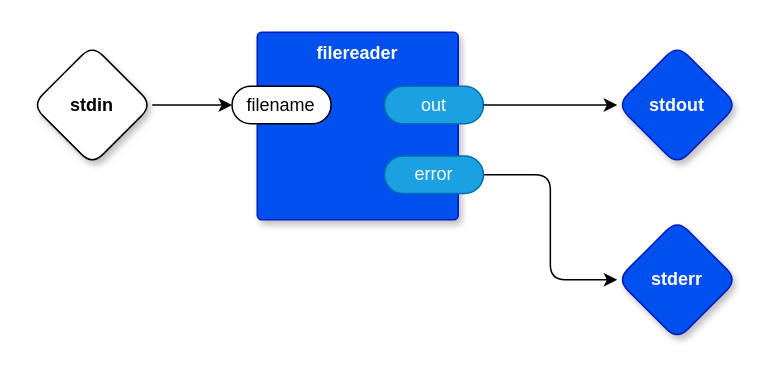
The draw.io diagram Obsidian2ghp.drawio in guitarvydas/github-pages, before the edit. Source tidied: cells renumbered, new cells numbered last; positions are measured from the earlier drawing's top-left corner, leaving out a move shared by most shapes. Both pictures are drawn from the tidied source at 150%, with x=0, y=0 at pixel (32, 32).
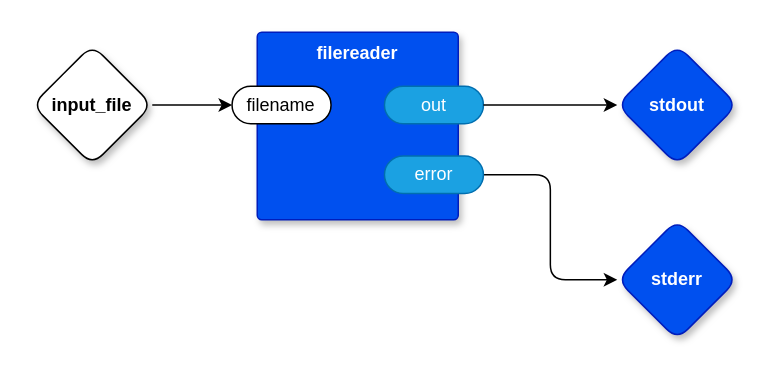
The same page after the edit.

Commit message (it also covers changes not shown here):
rename stdin to input_file

Diff of the diagram source:
```diff
@@
 <mxGraphModel>
   <root>
     <mxCell id="0" />
     <mxCell id="1" parent="0" />
     <mxCell id="2" style="edgeStyle=orthogonalEdgeStyle;rounded=1;jettySize=auto;html=1;entryX=0;entryY=0.5;entryDx=0;entryDy=0;entryPerimeter=0;fontFamily=Helvetica;exitX=1;exitY=0.5;exitDx=0;exitDy=0;exitPerimeter=0;" parent="1" edge="1" source="8" target="5">
       <mxGeometry relative="1" as="geometry" />
     </mxCell>
     <mxCell id="3" style="edgeStyle=orthogonalEdgeStyle;rounded=1;jettySize=auto;html=1;exitX=1;exitY=0.5;exitDx=0;exitDy=0;exitPerimeter=0;entryX=0;entryY=0.5;entryDx=0;entryDy=0;entryPerimeter=0;fontFamily=Helvetica;" parent="1" edge="1" source="7" target="10">
       <mxGeometry relative="1" as="geometry" />
     </mxCell>
     <mxCell id="4" value="filereader" style="rounded=1;whiteSpace=wrap;html=1;sketch=0;verticalAlign=top;arcSize=6;fontStyle=1;absoluteArcSize=1;shadow=1;strokeColor=#001DBC;fillColor=#0050ef;fontColor=#ffffff;" parent="1" vertex="1">
       <mxGeometry x="150" width="134" height="125" as="geometry" />
     </mxCell>
     <mxCell id="5" value="filename" style="rounded=1;whiteSpace=wrap;html=1;sketch=0;points=[[0,0.5,0,0,0],[1,0.5,0,0,0]];arcSize=50;" parent="4" vertex="1">
       <mxGeometry x="-16.8" y="36" width="66" height="25" as="geometry" />
     </mxCell>
     <mxCell id="6" value="out" style="rounded=1;whiteSpace=wrap;html=1;sketch=0;points=[[0,0.5,0,0,0],[1,0.5,0,0,0]];fillColor=#1ba1e2;fontColor=#ffffff;strokeColor=#006EAF;arcSize=50;" parent="4" vertex="1">
       <mxGeometry x="84.8" y="36" width="66" height="25" as="geometry" />
     </mxCell>
     <mxCell id="7" value="error" style="rounded=1;whiteSpace=wrap;html=1;sketch=0;points=[[0,0.5,0,0,0],[1,0.5,0,0,0]];fillColor=#1ba1e2;fontColor=#ffffff;strokeColor=#006EAF;arcSize=50;" parent="4" vertex="1">
       <mxGeometry x="84.8" y="82.5" width="66" height="25" as="geometry" />
     </mxCell>
-    <mxCell id="8" value="stdin" style="rhombus;whiteSpace=wrap;html=1;rounded=1;fontStyle=1;glass=0;sketch=0;fontSize=12;points=[[0,0.5,0,0,0],[0.5,0,0,0,0],[0.5,1,0,0,0],[1,0.5,0,0,0]];shadow=1;" parent="1" vertex="1">
+    <mxCell id="8" value="input_file" style="rhombus;whiteSpace=wrap;html=1;rounded=1;fontStyle=1;glass=0;sketch=0;fontSize=12;points=[[0,0.5,0,0,0],[0.5,0,0,0,0],[0.5,1,0,0,0],[1,0.5,0,0,0]];shadow=1;" parent="1" vertex="1">
       <mxGeometry y="8.5" width="80" height="80" as="geometry" />
     </mxCell>
     <mxCell id="9" value="stdout" style="rhombus;whiteSpace=wrap;html=1;rounded=1;fillColor=#0050ef;fontColor=#ffffff;strokeColor=#001DBC;fontStyle=1;glass=0;sketch=0;fontSize=12;points=[[0,0.5,0,0,0],[0.5,0,0,0,0],[0.5,1,0,0,0],[1,0.5,0,0,0]];shadow=1;" parent="1" vertex="1">
       <mxGeometry x="390" y="8.5" width="80" height="80" as="geometry" />
     </mxCell>
     <mxCell id="10" value="stderr" style="rhombus;whiteSpace=wrap;html=1;rounded=1;fillColor=#0050ef;fontColor=#ffffff;strokeColor=#001DBC;fontStyle=1;glass=0;sketch=0;fontSize=12;points=[[0,0.5,0,0,0],[0.5,0,0,0,0],[0.5,1,0,0,0],[1,0.5,0,0,0]];shadow=1;" parent="1" vertex="1">
       <mxGeometry x="390" y="125" width="80" height="80" as="geometry" />
     </mxCell>
     <mxCell id="11" style="edgeStyle=orthogonalEdgeStyle;rounded=0;jettySize=auto;html=1;exitX=1;exitY=0.5;exitDx=0;exitDy=0;exitPerimeter=0;entryX=0;entryY=0.5;entryDx=0;entryDy=0;entryPerimeter=0;" parent="1" edge="1" source="6" target="9">
       <mxGeometry relative="1" as="geometry" />
     </mxCell>
   </root>
 </mxGraphModel>
```
